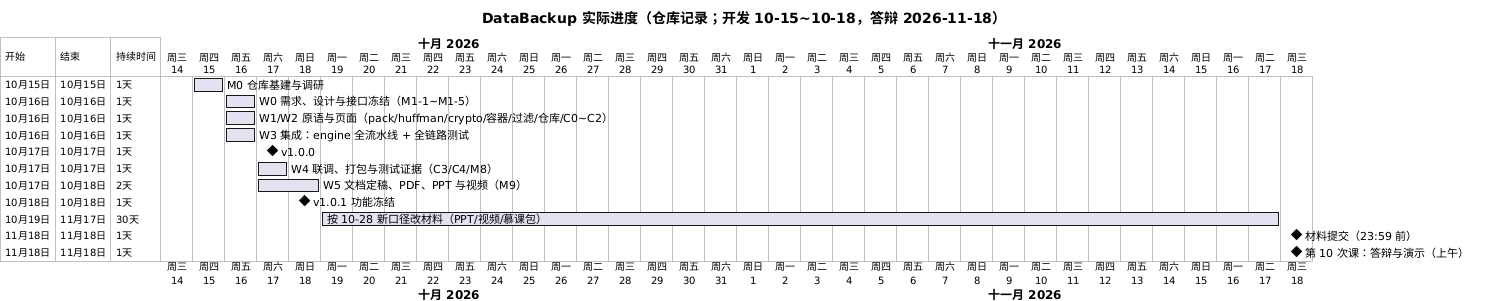
Above: docs/project/diagrams/schedule-gantt.png in Piaoxuemoli/software-class-qoobeewang (PlantUML), before the change.
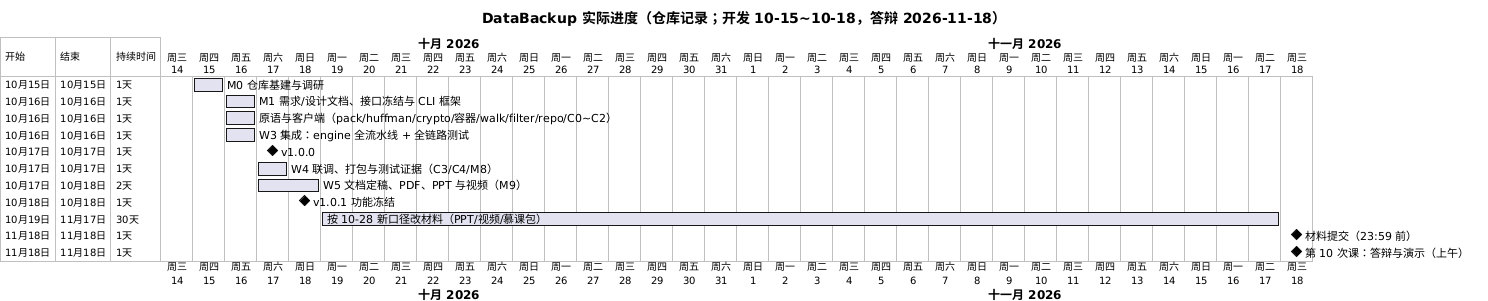
After the change.

Commit message:
docs: 修正甘特图任务行的波次命名

Change to the diagram source:
```diff
@@ -5,8 +5,8 @@
 Project starts 2026-10-14
 
 [M0 仓库基建与调研] starts 2026-10-15 and ends 2026-10-15
-[W0 需求、设计与接口冻结（M1-1~M1-5）] starts 2026-10-16 and ends 2026-10-16
-[W1/W2 原语与页面（pack/huffman/crypto/容器/过滤/仓库/C0~C2）] starts 2026-10-16 and ends 2026-10-16
+[M1 需求/设计文档、接口冻结与 CLI 框架] starts 2026-10-16 and ends 2026-10-16
+[原语与客户端（pack/huffman/crypto/容器/walk/filter/repo/C0~C2）] starts 2026-10-16 and ends 2026-10-16
 [W3 集成：engine 全流水线 + 全链路测试] starts 2026-10-16 and ends 2026-10-16
 [v1.0.0] happens 2026-10-17
 [W4 联调、打包与测试证据（C3/C4/M8）] starts 2026-10-17 and ends 2026-10-17
```
